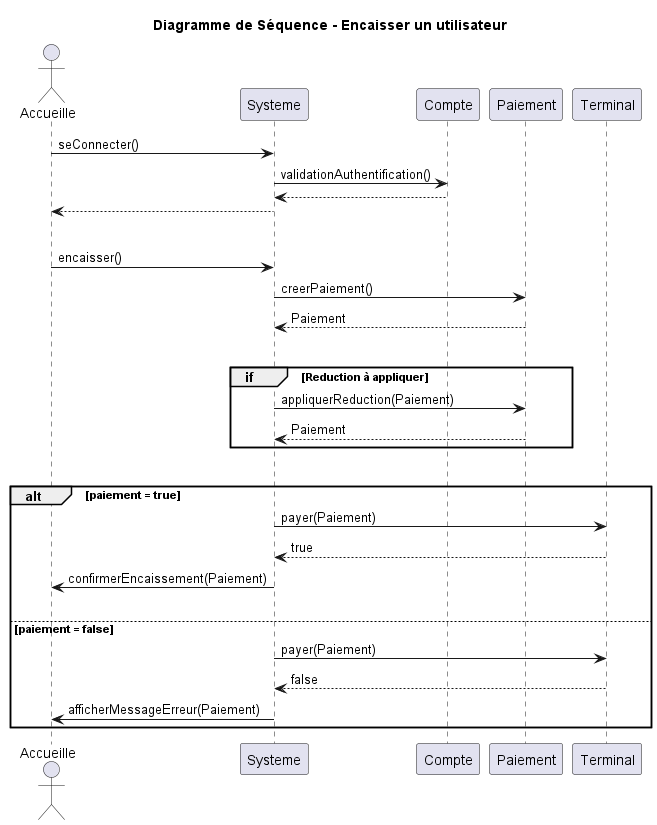
The PlantUML diagram UML/png/Diagramme_sequence_encaisser_client.png in Egario54/ProjetClubNautique, before a commit. Its diagram source:
```plantuml
@startuml
title Diagramme de Séquence - Encaisser un utilisateur
actor Accueille
participant Systeme
participant Compte
participant Paiement
participant Terminal

Accueille -> Systeme: seConnecter()
Systeme -> Compte: validationAuthentification()
return
Systeme --> Accueille

|||

Accueille -> Systeme: encaisser()
Systeme -> Paiement: creerPaiement()
Paiement --> Systeme : Paiement

|||

group if [Reduction à appliquer]
    Systeme -> Paiement : appliquerReduction(Paiement)
    return Paiement
end

|||

alt paiement = true
Systeme -> Terminal: payer(Paiement)
return true
Systeme -> Accueille: confirmerEncaissement(Paiement)

|||

else paiement = false
Systeme -> Terminal: payer(Paiement)
return false
Systeme -> Accueille: afficherMessageErreur(Paiement)
end
@enduml
```
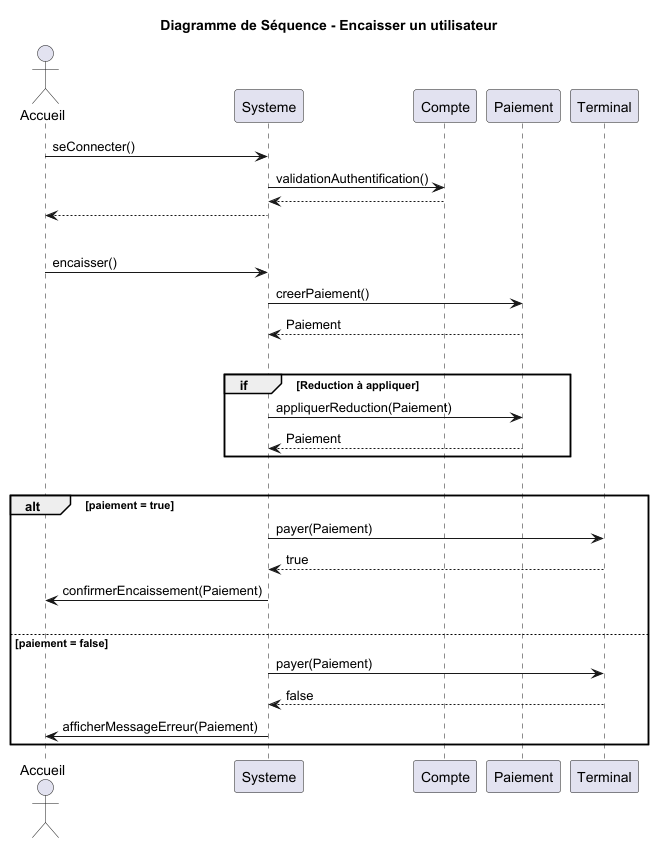
The same file after the commit.

The edit, as a diff of the source:
```diff
@@ -1,19 +1,19 @@
 @startuml
 title Diagramme de Séquence - Encaisser un utilisateur
-actor Accueille
+actor Accueil
 participant Systeme
 participant Compte
 participant Paiement
 participant Terminal
 
-Accueille -> Systeme: seConnecter()
+Accueil -> Systeme: seConnecter()
 Systeme -> Compte: validationAuthentification()
 return
-Systeme --> Accueille
+Systeme --> Accueil
 
 |||
 
-Accueille -> Systeme: encaisser()
+Accueil -> Systeme: encaisser()
 Systeme -> Paiement: creerPaiement()
 Paiement --> Systeme : Paiement
 
@@ -29,13 +29,13 @@
 alt paiement = true
 Systeme -> Terminal: payer(Paiement)
 return true
-Systeme -> Accueille: confirmerEncaissement(Paiement)
+Systeme -> Accueil: confirmerEncaissement(Paiement)
 
 |||
 
 else paiement = false
 Systeme -> Terminal: payer(Paiement)
 return false
-Systeme -> Accueille: afficherMessageErreur(Paiement)
+Systeme -> Accueil: afficherMessageErreur(Paiement)
 end
 @enduml
```
